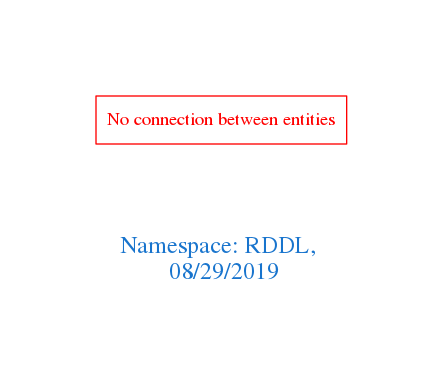
The Graphviz diagram downloads/RDDL.png in arago/OGIT, before a commit. Its source is kept beside it as downloads/RDDL.dot.
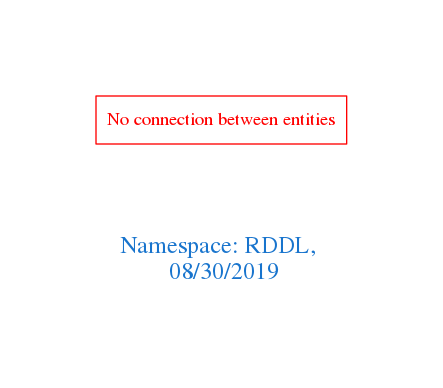
Later version of the same file.

Diff of the diagram source:
```diff
@@ -1,7 +1,7 @@
 digraph OGIT_ontology {
  graph [ rankdir= LR,pad=1
 fontsize = 18,
-fontcolor= dodgerblue3,label = "\n\n\nNamespace: RDDL, \n 08/29/2019"];
+fontcolor= dodgerblue3,label = "\n\n\nNamespace: RDDL, \n 08/30/2019"];
 node[shape=polygon];
 edge [  color="gray81"];
 
```
